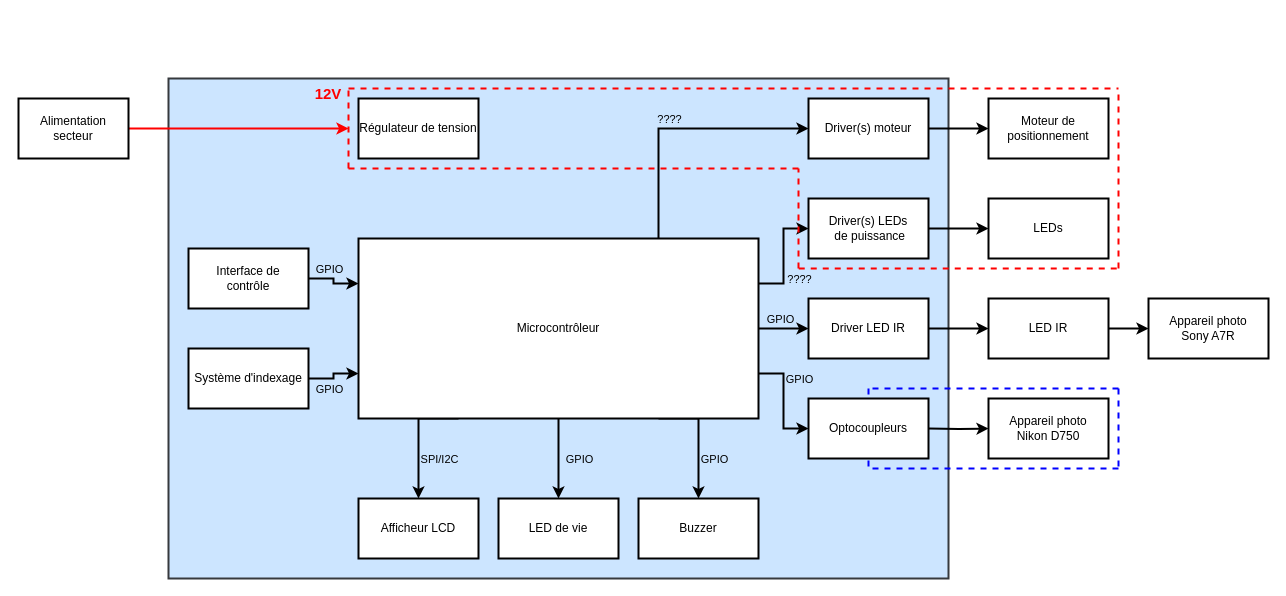
Above: doc/Diagrammes/SchemaBlocDetaille.drawio in Belprot/2309_AutomatisationPriseImageRTI (draw.io), before the change. Source tidied: cells renumbered, new cells numbered last; positions are measured from the earlier drawing's top-left corner, leaving out a move shared by most shapes. Both pictures are drawn from the tidied source at 100%, with x=0, y=0 at pixel (18, 78).
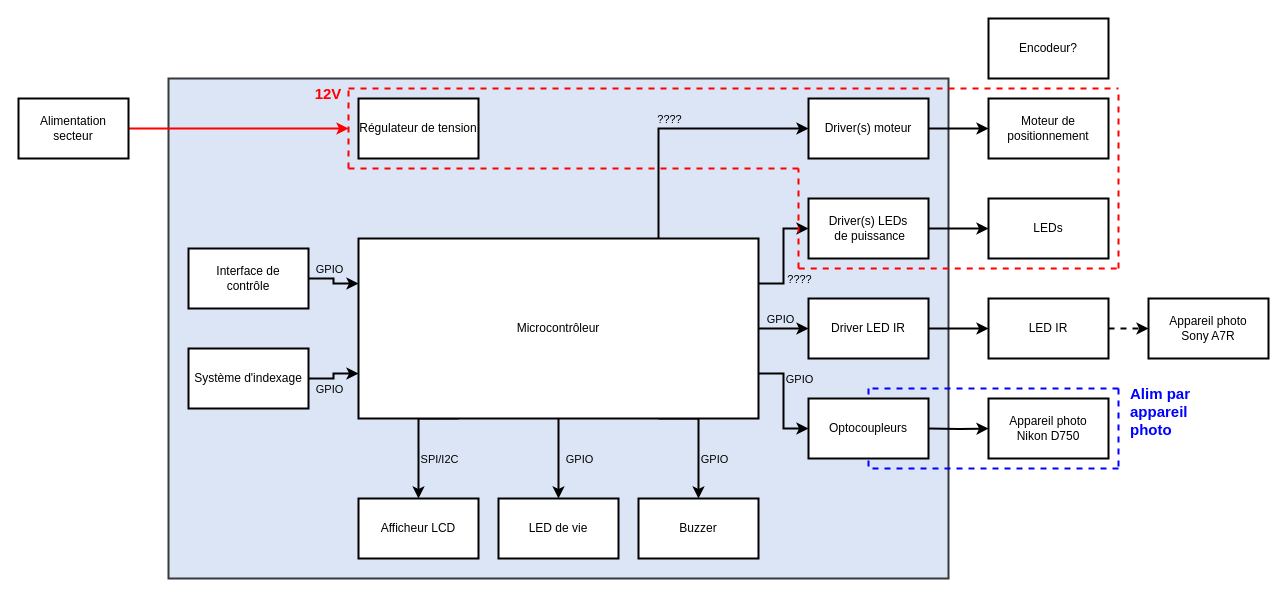
After the change.

Unchanged cells that the change refers to:
```xml
<mxCell id="15" value="LED IR" style="rounded=0;whiteSpace=wrap;html=1;strokeWidth=2;" parent="1" vertex="1">
  <mxGeometry x="970" y="220" width="120" height="60" as="geometry" />
</mxCell>
<mxCell id="19" value="&lt;div&gt;Appareil photo&lt;br&gt;&lt;/div&gt;&lt;div&gt;Sony A7R&lt;br&gt;&lt;/div&gt;" style="rounded=0;whiteSpace=wrap;html=1;strokeWidth=2;" parent="1" vertex="1">
  <mxGeometry x="1130" y="220" width="120" height="60" as="geometry" />
</mxCell>
```

What changed in the source:
```diff
@@
-    <mxCell id="2" style="rounded=0;whiteSpace=wrap;html=1;fillColor=#cce5ff;strokeColor=#36393d;strokeWidth=2;" parent="1" vertex="1">
+    <mxCell id="2" style="rounded=0;whiteSpace=wrap;html=1;fillColor=#DCE5F5;strokeColor=#36393d;strokeWidth=2;" parent="1" vertex="1">
       <mxGeometry x="150" width="780" height="500" as="geometry" />
     </mxCell>
@@
-    <mxCell id="14" style="edgeStyle=orthogonalEdgeStyle;rounded=0;jettySize=auto;html=1;entryX=0;entryY=0.5;entryDx=0;entryDy=0;strokeWidth=2;" parent="1" edge="1" source="15" target="19">
+    <mxCell id="14" style="edgeStyle=orthogonalEdgeStyle;rounded=0;jettySize=auto;html=1;entryX=0;entryY=0.5;entryDx=0;entryDy=0;strokeWidth=2;dashed=1;" parent="1" edge="1" source="15" target="19">
       <mxGeometry relative="1" as="geometry" />
     </mxCell>
@@
+    <mxCell id="55" value="&lt;font color=&quot;#0000FF&quot;&gt;Alim par appareil photo&lt;/font&gt;" style="text;html=1;strokeColor=none;fillColor=none;align=left;verticalAlign=top;whiteSpace=wrap;rounded=0;fontColor=#FF0000;fontStyle=1;fontSize=15;" parent="1" vertex="1">
+      <mxGeometry x="1110" y="300" width="90" height="70" as="geometry" />
+    </mxCell>
+    <mxCell id="56" value="Encodeur?" style="rounded=0;whiteSpace=wrap;html=1;strokeWidth=2;" parent="1" vertex="1">
+      <mxGeometry x="970" y="-60" width="120" height="60" as="geometry" />
+    </mxCell>
```
